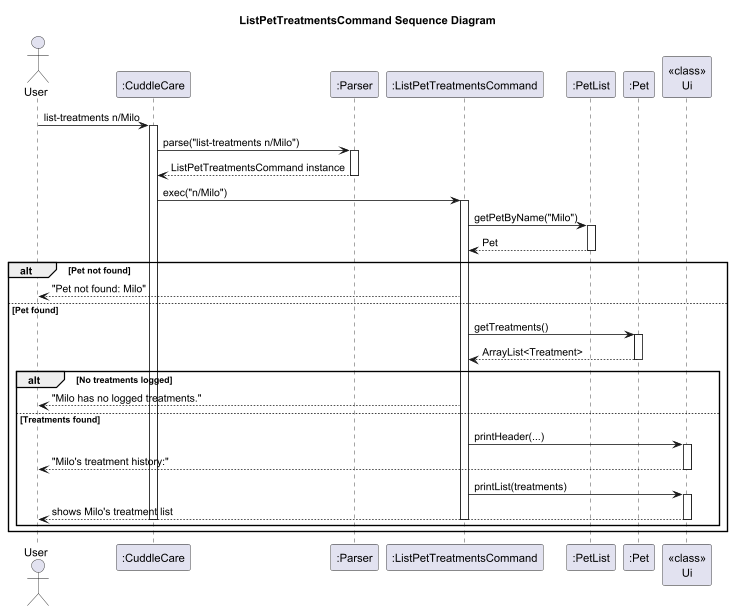
Above: docs/diagrams/ListPetTreatmentsCommand_Sequence_Diagram.png in Kevin88866/tp (PlantUML), before the change.
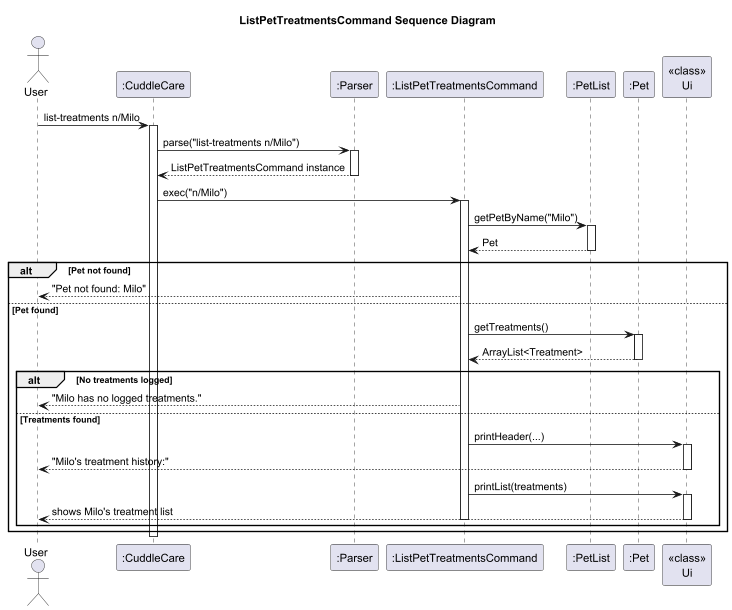
After the change.

Commit message:
Update DG to reflect update sequence diagrams

What changed in the source:
```diff
@@ -49,7 +49,7 @@
         Ui --> User: shows Milo's treatment list
         deactivate Ui
         deactivate Command
-        deactivate CuddleCare
     end
 end
+        deactivate CuddleCare
 @enduml
```
